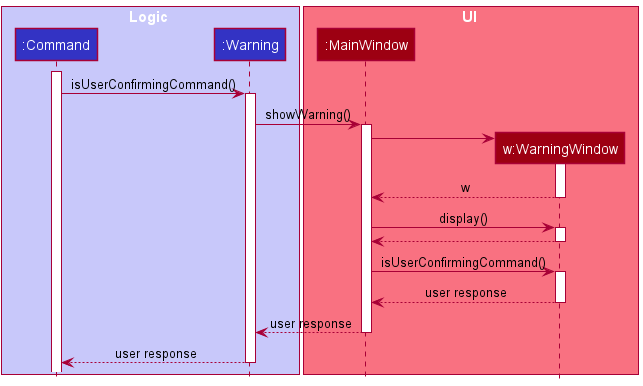
Earlier version of the PlantUML export docs/images/WarningSequenceDiagram.png (nus-cs2103-AY2122S1/tp). Its diagram source:
```plantuml
@startuml
!include style.puml

box Logic LOGIC_COLOR_T1
participant ":Command" as Command LOGIC_COLOR
participant ":Warning" as Warning LOGIC_COLOR
end box

box UI MODEL_COLOR_T1
participant ":MainWindow" as MainWindow MODEL_COLOR
participant "w:WarningWindow" as WarningWindow MODEL_COLOR
end box

activate Command

Command -> Warning : isUserConfirmingCommand()
activate Warning

Warning -> MainWindow : showWarning()
activate MainWindow

create WarningWindow
MainWindow -> WarningWindow
activate WarningWindow
WarningWindow --> MainWindow : w
deactivate WarningWindow

MainWindow -> WarningWindow : display()
activate WarningWindow
WarningWindow --> MainWindow
deactivate WarningWindow

MainWindow -> WarningWindow : isUserConfirmingCommand()
activate WarningWindow
WarningWindow --> MainWindow : user response
deactivate WarningWindow

MainWindow --> Warning : user response
deactivate MainWindow

Warning --> Command : user response
deactivate Warning

@enduml
```
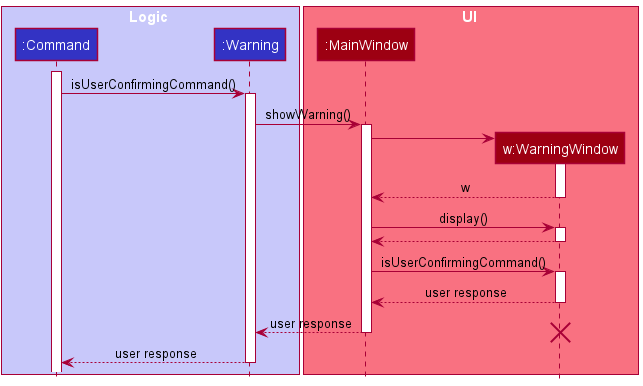
After the commit.

Commit message:
Fix DG diagrams and change txt to csv

The edit, as a diff of the source:
```diff
@@ -38,6 +38,7 @@
 MainWindow --> Warning : user response
 deactivate MainWindow
 
+destroy WarningWindow
 Warning --> Command : user response
 deactivate Warning
 
```
